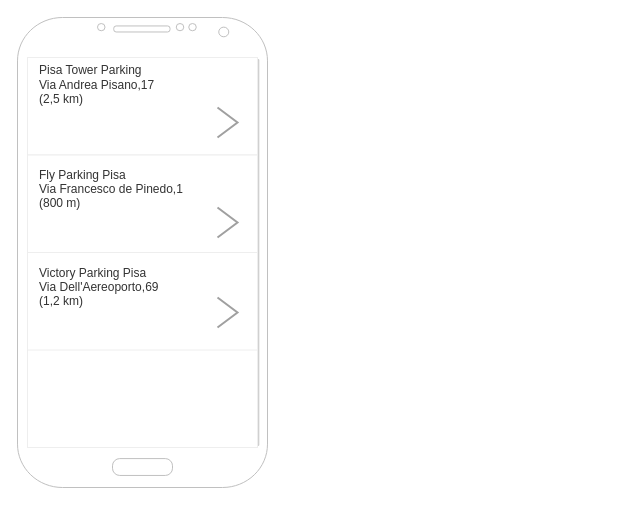
Earlier version of the draw.io diagram Wireframe.drawio (atzorialex/2020-21-webdesign-verifica). Source tidied: cells renumbered, new cells numbered last; positions are measured from the earlier drawing's top-left corner, leaving out a move shared by most shapes. Both pictures are drawn from the tidied source at 100%, with x=0, y=0 at pixel (17, 17).
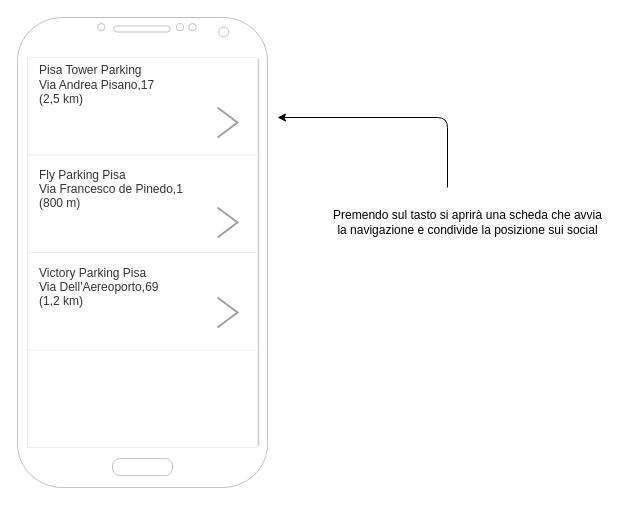
After the change.

Change to the diagram source:
```diff
@@
 <mxGraphModel>
   <root>
     <mxCell id="0" />
     <mxCell id="1" parent="0" />
     <mxCell id="2" style="verticalLabelPosition=bottom;verticalAlign=top;html=1;shadow=0;dashed=0;strokeWidth=1;shape=mxgraph.android.phone2;strokeColor=#c0c0c0;" parent="1" vertex="1">
       <mxGeometry width="250" height="470" as="geometry" />
     </mxCell>
     <mxCell id="3" style="strokeWidth=1;html=1;shadow=0;dashed=0;shape=mxgraph.android.rrect;rSize=0;strokeColor=#eeeeee;fillColor=#ffffff;gradientColor=none;" parent="1" vertex="1">
       <mxGeometry x="10" y="40" width="230" height="390" as="geometry" />
     </mxCell>
     <mxCell id="4" value="&lt;span style=&quot;font-size: 12px&quot;&gt;Pisa Tower Parking&lt;br&gt;Via Andrea Pisano,17&lt;br&gt;(2,5 km)&lt;br&gt;&lt;br&gt;&lt;br&gt;&lt;br&gt;&lt;/span&gt;" style="strokeColor=inherit;fillColor=inherit;gradientColor=inherit;strokeWidth=1;html=1;shadow=0;dashed=0;shape=mxgraph.android.rrect;rSize=0;align=left;spacingLeft=10;fontSize=8;fontColor=#333333;" parent="3" vertex="1">
       <mxGeometry width="230" height="97.5" as="geometry" />
     </mxCell>
     <mxCell id="5" value="&lt;font style=&quot;font-size: 12px&quot;&gt;Fly Parking Pisa&lt;br&gt;Via Francesco de Pinedo,1&lt;br&gt;(800 m)&lt;br&gt;&lt;br&gt;&lt;br&gt;&lt;/font&gt;" style="strokeColor=inherit;fillColor=inherit;gradientColor=inherit;strokeWidth=1;html=1;shadow=0;dashed=0;shape=mxgraph.android.rrect;rSize=0;align=left;spacingLeft=10;fontSize=8;fontColor=#333333;" parent="3" vertex="1">
       <mxGeometry y="97.5" width="230" height="97.5" as="geometry" />
     </mxCell>
     <mxCell id="6" style="html=1;verticalLabelPosition=bottom;labelBackgroundColor=#ffffff;verticalAlign=top;shadow=0;dashed=0;strokeWidth=2;shape=mxgraph.ios7.misc.more;strokeColor=#a0a0a0;" parent="3" vertex="1">
       <mxGeometry x="190" y="50" width="20" height="30" as="geometry" />
     </mxCell>
     <mxCell id="7" style="html=1;verticalLabelPosition=bottom;labelBackgroundColor=#ffffff;verticalAlign=top;shadow=0;dashed=0;strokeWidth=2;shape=mxgraph.ios7.misc.more;strokeColor=#a0a0a0;" parent="3" vertex="1">
       <mxGeometry x="190" y="150" width="20" height="30" as="geometry" />
     </mxCell>
     <mxCell id="8" value="&lt;font style=&quot;font-size: 12px&quot;&gt;Victory Parking Pisa&lt;br&gt;Via Dell'Aereoporto,69&lt;br&gt;(1,2 km)&lt;br&gt;&lt;br&gt;&lt;br&gt;&lt;/font&gt;" style="strokeColor=inherit;fillColor=inherit;gradientColor=inherit;strokeWidth=1;html=1;shadow=0;dashed=0;shape=mxgraph.android.rrect;rSize=0;align=left;spacingLeft=10;fontSize=8;fontColor=#333333;" parent="3" vertex="1">
       <mxGeometry y="195" width="230" height="97.5" as="geometry" />
     </mxCell>
     <mxCell id="9" style="html=1;verticalLabelPosition=bottom;labelBackgroundColor=#ffffff;verticalAlign=top;shadow=0;dashed=0;strokeWidth=2;shape=mxgraph.ios7.misc.more;strokeColor=#a0a0a0;" parent="3" vertex="1">
       <mxGeometry x="190" y="240" width="20" height="30" as="geometry" />
     </mxCell>
+    <mxCell id="10" value="Premendo sul tasto si aprirà una scheda che avvia &lt;br&gt;la navigazione e condivide la posizione sui social" style="text;html=1;align=center;verticalAlign=middle;" parent="1" vertex="1">
+      <mxGeometry x="310" y="190" width="280" height="30" as="geometry" />
+    </mxCell>
+    <mxCell id="11" style="endArrow=classic;html=1;" parent="1" edge="1">
+      <mxGeometry relative="1" as="geometry">
+        <mxPoint x="430" y="170" as="sourcePoint" />
+        <mxPoint x="260" y="100" as="targetPoint" />
+        <Array as="points">
+          <mxPoint x="430" y="100" />
+        </Array>
+      </mxGeometry>
+    </mxCell>
   </root>
 </mxGraphModel>
```
